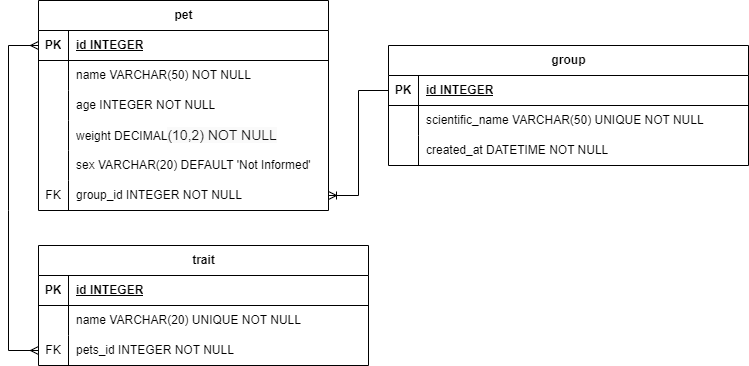
vitor-galdino/petcare-api keeps this draw.io diagram as DER.png. Above is the earlier version. Source tidied: cells renumbered, new cells last; positions are measured from the earlier drawing's top-left corner, leaving out a move shared by most shapes.
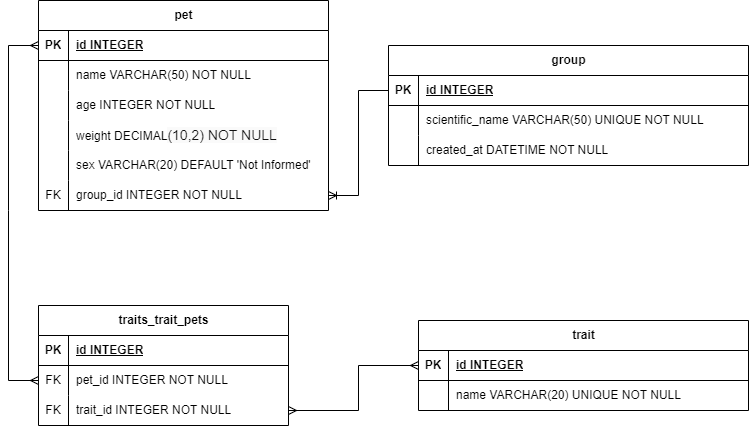
After the commit.

Commit message:
docs: update diagram and include "traits_trait_pets" entity

What changed in the source:
```diff
@@ -90,7 +90,7 @@
       <mxGeometry x="30" width="330" height="30" as="geometry" />
     </mxCell>
     <mxCell id="31" value="trait" style="shape=table;startSize=30;rowLines=0;fontStyle=1;align=center;html=1;" parent="1" vertex="1">
-      <mxGeometry x="30" y="245" width="330" height="120" as="geometry" />
+      <mxGeometry x="410" y="320" width="330" height="90" as="geometry" />
     </mxCell>
     <mxCell id="32" style="shape=tableRow;horizontal=0;startSize=0;swimlaneHead=0;swimlaneBody=0;fillColor=none;points=[[0,0.5],[1,0.5]];portConstraint=eastwest;top=0;left=0;right=0;bottom=1;" parent="31" vertex="1">
       <mxGeometry y="30" width="330" height="30" as="geometry" />
@@ -110,15 +110,6 @@
     <mxCell id="37" value="name VARCHAR(20) UNIQUE NOT NULL" style="shape=partialRectangle;fillColor=none;top=0;left=0;bottom=0;right=0;align=left;spacingLeft=6;overflow=hidden;whiteSpace=wrap;html=1;" parent="35" vertex="1">
       <mxGeometry x="30" width="300" height="30" as="geometry" />
     </mxCell>
-    <mxCell id="38" style="shape=tableRow;horizontal=0;startSize=0;swimlaneHead=0;swimlaneBody=0;fillColor=none;points=[[0,0.5],[1,0.5]];portConstraint=eastwest;top=0;left=0;right=0;bottom=0;" parent="31" vertex="1">
-      <mxGeometry y="90" width="330" height="30" as="geometry" />
-    </mxCell>
-    <mxCell id="39" value="FK" style="shape=partialRectangle;fillColor=none;top=0;left=0;bottom=0;right=0;overflow=hidden;whiteSpace=wrap;html=1;" parent="38" vertex="1">
-      <mxGeometry width="30" height="30" as="geometry" />
-    </mxCell>
-    <mxCell id="40" value="pets_id INTEGER NOT NULL" style="shape=partialRectangle;fillColor=none;top=0;left=0;bottom=0;right=0;align=left;spacingLeft=6;overflow=hidden;whiteSpace=wrap;html=1;" parent="38" vertex="1">
-      <mxGeometry x="30" width="300" height="30" as="geometry" />
-    </mxCell>
     <mxCell id="41" style="fontSize=12;html=1;endArrow=ERoneToMany;rounded=0;entryX=1;entryY=0.5;entryDx=0;entryDy=0;edgeStyle=orthogonalEdgeStyle;exitX=0;exitY=0.5;exitDx=0;exitDy=0;startArrow=none;startFill=0;endFill=0;" parent="1" edge="1" source="22" target="18">
       <mxGeometry relative="1" as="geometry">
         <Array as="points">
@@ -127,14 +118,52 @@
         </Array>
       </mxGeometry>
     </mxCell>
-    <mxCell id="42" style="fontSize=12;html=1;endArrow=ERmany;startArrow=ERmany;rounded=0;exitX=0;exitY=0.5;exitDx=0;exitDy=0;entryX=0;entryY=0.5;entryDx=0;entryDy=0;" parent="1" edge="1" source="38" target="3">
+    <mxCell id="42" style="fontSize=12;html=1;endArrow=ERmany;startArrow=ERmany;rounded=0;entryX=0;entryY=0.5;entryDx=0;entryDy=0;exitX=0;exitY=0.5;exitDx=0;exitDy=0;" parent="1" edge="1" source="47" target="3">
       <mxGeometry relative="1" as="geometry">
         <Array as="points">
-          <mxPoint y="350" />
+          <mxPoint y="380" />
           <mxPoint y="210" />
           <mxPoint y="45" />
         </Array>
       </mxGeometry>
     </mxCell>
+    <mxCell id="43" value="traits_trait_pets" style="shape=table;startSize=30;rowLines=0;fontStyle=1;align=center;html=1;" parent="1" vertex="1">
+      <mxGeometry x="30" y="305" width="250" height="120" as="geometry" />
+    </mxCell>
+    <mxCell id="44" style="shape=tableRow;horizontal=0;startSize=0;swimlaneHead=0;swimlaneBody=0;fillColor=none;top=0;left=0;right=0;bottom=1;" parent="43" vertex="1">
+      <mxGeometry y="30" width="250" height="30" as="geometry" />
+    </mxCell>
+    <mxCell id="45" value="PK" style="shape=partialRectangle;fillColor=none;top=0;left=0;bottom=0;right=0;fontStyle=1;overflow=hidden;whiteSpace=wrap;html=1;" parent="44" vertex="1">
+      <mxGeometry width="30" height="30" as="geometry" />
+    </mxCell>
+    <mxCell id="46" value="id INTEGER" style="shape=partialRectangle;fillColor=none;top=0;left=0;bottom=0;right=0;align=left;spacingLeft=6;fontStyle=5;overflow=hidden;whiteSpace=wrap;html=1;" parent="44" vertex="1">
+      <mxGeometry x="30" width="220" height="30" as="geometry" />
+    </mxCell>
+    <mxCell id="47" style="shape=tableRow;horizontal=0;startSize=0;swimlaneHead=0;swimlaneBody=0;fillColor=none;points=[[0,0.5],[1,0.5]];portConstraint=eastwest;top=0;left=0;right=0;bottom=0;" parent="43" vertex="1">
+      <mxGeometry y="60" width="250" height="30" as="geometry" />
+    </mxCell>
+    <mxCell id="48" value="FK" style="shape=partialRectangle;fillColor=none;top=0;left=0;bottom=0;right=0;overflow=hidden;whiteSpace=wrap;html=1;" parent="47" vertex="1">
+      <mxGeometry width="30" height="30" as="geometry" />
+    </mxCell>
+    <mxCell id="49" value="pet_id INTEGER NOT NULL" style="shape=partialRectangle;fillColor=none;top=0;left=0;bottom=0;right=0;align=left;spacingLeft=6;overflow=hidden;whiteSpace=wrap;html=1;" parent="47" vertex="1">
+      <mxGeometry x="30" width="220" height="30" as="geometry" />
+    </mxCell>
+    <mxCell id="50" style="shape=tableRow;horizontal=0;startSize=0;swimlaneHead=0;swimlaneBody=0;fillColor=none;points=[[0,0.5],[1,0.5]];portConstraint=eastwest;top=0;left=0;right=0;bottom=0;" parent="43" vertex="1">
+      <mxGeometry y="90" width="250" height="30" as="geometry" />
+    </mxCell>
+    <mxCell id="51" value="FK" style="shape=partialRectangle;fillColor=none;top=0;left=0;bottom=0;right=0;overflow=hidden;whiteSpace=wrap;html=1;" parent="50" vertex="1">
+      <mxGeometry width="30" height="30" as="geometry" />
+    </mxCell>
+    <mxCell id="52" value="trait_id INTEGER NOT NULL" style="shape=partialRectangle;fillColor=none;top=0;left=0;bottom=0;right=0;align=left;spacingLeft=6;overflow=hidden;whiteSpace=wrap;html=1;" parent="50" vertex="1">
+      <mxGeometry x="30" width="220" height="30" as="geometry" />
+    </mxCell>
+    <mxCell id="53" style="fontSize=12;html=1;endArrow=ERmany;startArrow=ERmany;rounded=0;entryX=0;entryY=0.5;entryDx=0;entryDy=0;exitX=1;exitY=0.5;exitDx=0;exitDy=0;" parent="1" edge="1" source="50" target="32">
+      <mxGeometry relative="1" as="geometry">
+        <Array as="points">
+          <mxPoint x="350" y="410" />
+          <mxPoint x="350" y="365" />
+        </Array>
+      </mxGeometry>
+    </mxCell>
   </root>
 </mxGraphModel>
```
